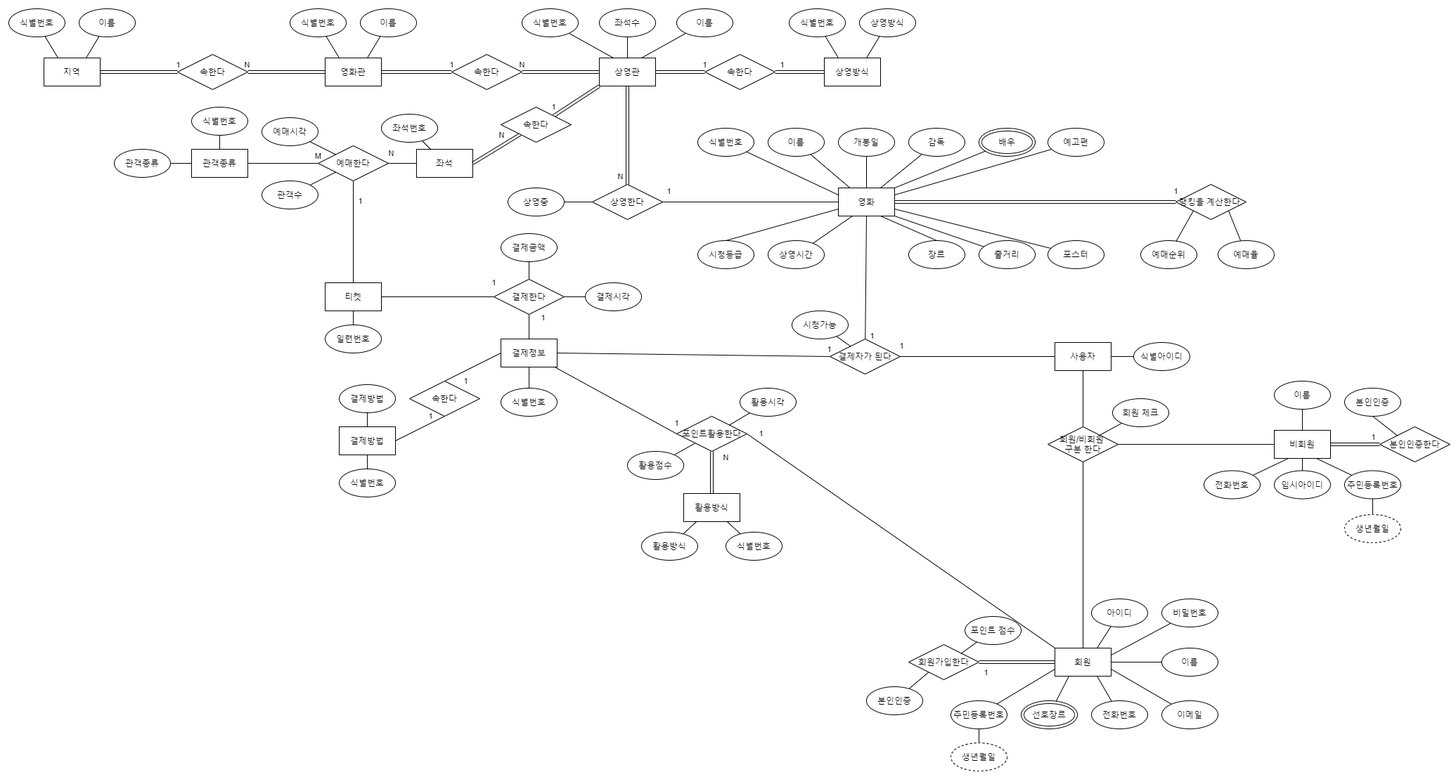
Before: img/0513_ER_model(schema).png, a diagram exported from draw.io (Cinema-System/My-Cinema). Source tidied: cells renumbered, new cells last; positions are measured from the earlier drawing's top-left corner, leaving out a move shared by most shapes.
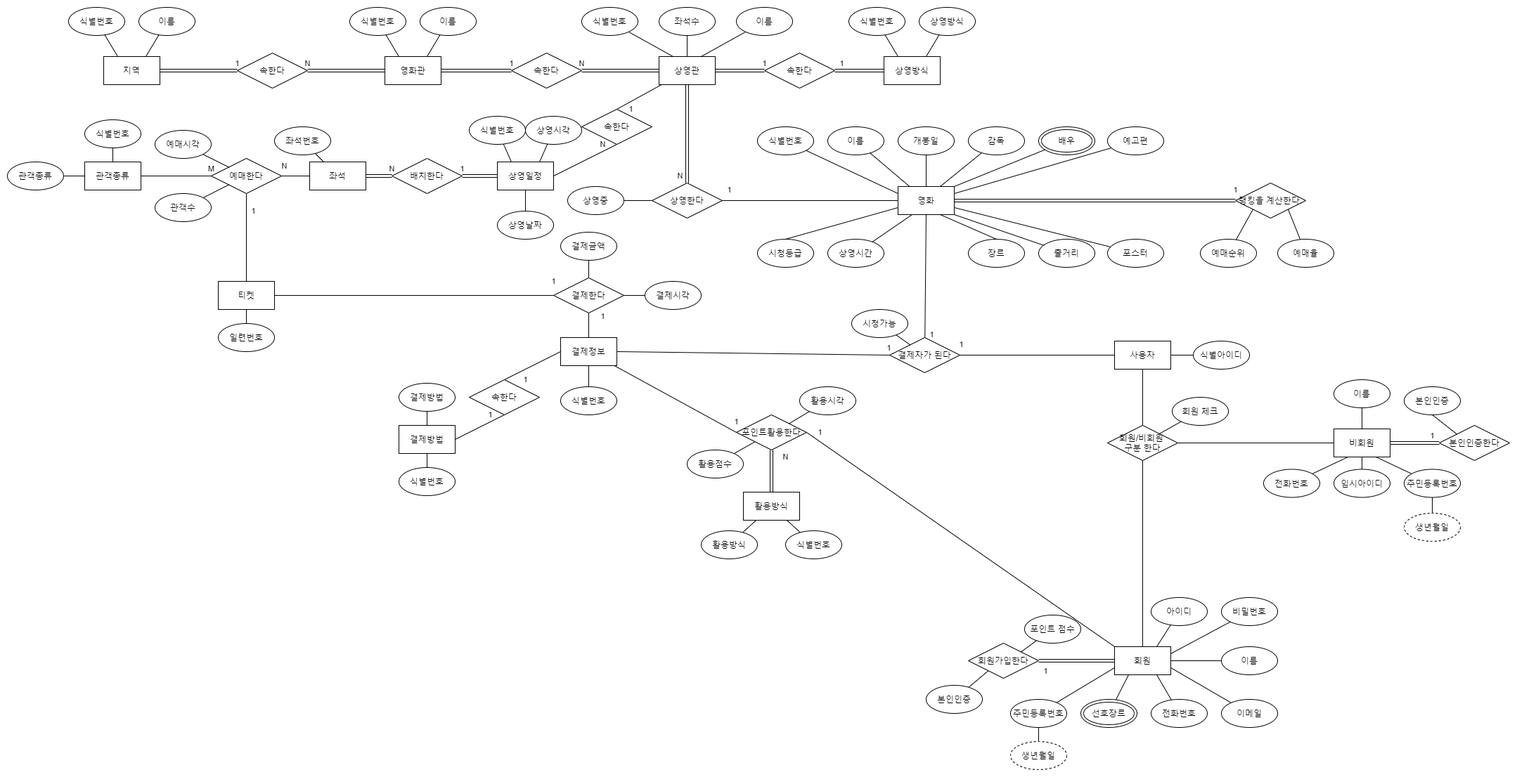
After the change.

Change to the diagram source:
```diff
@@ -181,9 +181,9 @@
     <mxCell id="60" style="edgeStyle=none;rounded=0;jettySize=auto;html=1;endArrow=none;endFill=0;" parent="1" edge="1" source="62" target="93">
       <mxGeometry relative="1" as="geometry" />
     </mxCell>
-    <mxCell id="61" value="1" style="edgeStyle=none;rounded=0;jettySize=auto;html=1;entryX=1;entryY=0;entryDx=0;entryDy=0;endArrow=none;endFill=0;strokeColor=#000000;exitX=0;exitY=1;exitDx=0;exitDy=0;shape=link;" parent="1" edge="1" source="62" target="126">
-      <mxGeometry x="0.82" y="-10" relative="1" as="geometry" />
-    </mxCell>
+    <mxCell id="174" value="1" style="rounded=0;jettySize=auto;html=1;entryX=0.5;entryY=0;entryDx=0;entryDy=0;endArrow=none;endFill=0;" parent="1" edge="1" source="62" target="183">
+      <mxGeometry x="0.52" y="10" relative="1" as="geometry" />
+    </mxCell>
     <mxCell id="62" value="상영관" style="rounded=0;whiteSpace=wrap;html=1;" parent="1" vertex="1">
       <mxGeometry x="840" y="70" width="80" height="40" as="geometry" />
     </mxCell>
@@ -226,7 +226,7 @@
     <mxCell id="75" value="이름" style="ellipse;whiteSpace=wrap;html=1;" parent="1" vertex="1">
       <mxGeometry x="100" width="80" height="40" as="geometry" />
     </mxCell>
-    <mxCell id="76" value="1" style="edgeStyle=none;rounded=0;jettySize=auto;html=1;endArrow=none;endFill=0;" parent="1" edge="1" source="79" target="94">
+    <mxCell id="76" value="1" style="edgeStyle=none;rounded=0;jettySize=auto;html=1;endArrow=none;endFill=0;exitX=0.5;exitY=0;exitDx=0;exitDy=0;" parent="1" edge="1" source="79" target="94">
       <mxGeometry x="0.6" y="-10" relative="1" as="geometry" />
     </mxCell>
     <mxCell id="77" value="1" style="edgeStyle=none;rounded=0;jettySize=auto;html=1;entryX=0;entryY=0.5;entryDx=0;entryDy=0;endArrow=none;endFill=0;" parent="1" edge="1" source="79" target="101">
@@ -236,10 +236,10 @@
       <mxGeometry relative="1" as="geometry" />
     </mxCell>
     <mxCell id="79" value="티켓" style="rounded=0;whiteSpace=wrap;html=1;" parent="1" vertex="1">
-      <mxGeometry x="450" y="390" width="80" height="40" as="geometry" />
+      <mxGeometry x="213" y="390" width="80" height="40" as="geometry" />
     </mxCell>
     <mxCell id="80" value="일련번호" style="ellipse;whiteSpace=wrap;html=1;" parent="1" vertex="1">
-      <mxGeometry x="450" y="450" width="80" height="40" as="geometry" />
+      <mxGeometry x="213" y="450" width="80" height="40" as="geometry" />
     </mxCell>
     <mxCell id="81" value="1" style="edgeStyle=none;rounded=0;jettySize=auto;html=1;entryX=0;entryY=0.5;entryDx=0;entryDy=0;endArrow=none;endFill=0;strokeColor=#000000;" parent="1" edge="1" source="82" target="119">
       <mxGeometry x="0.93" y="13" relative="1" as="geometry" />
@@ -281,19 +281,22 @@
       <mxGeometry x="840" width="80" height="40" as="geometry" />
     </mxCell>
     <mxCell id="94" value="예매한다" style="rhombus;whiteSpace=wrap;html=1;" parent="1" vertex="1">
-      <mxGeometry x="440" y="195" width="100" height="50" as="geometry" />
+      <mxGeometry x="203" y="215" width="100" height="50" as="geometry" />
     </mxCell>
     <mxCell id="95" value="N" style="edgeStyle=none;rounded=0;jettySize=auto;html=1;entryX=1;entryY=0.5;entryDx=0;entryDy=0;endArrow=none;endFill=0;" parent="1" edge="1" source="96" target="94">
       <mxGeometry x="0.81" y="-14" relative="1" as="geometry" />
     </mxCell>
+    <mxCell id="175" value="N" style="edgeStyle=none;shape=link;rounded=0;jettySize=auto;html=1;entryX=0;entryY=0.5;entryDx=0;entryDy=0;exitX=1;exitY=0.5;exitDx=0;exitDy=0;" parent="1" edge="1" source="96" target="126">
+      <mxGeometry x="1" y="10" relative="1" as="geometry" />
+    </mxCell>
     <mxCell id="96" value="좌석" style="rounded=0;whiteSpace=wrap;html=1;" parent="1" vertex="1">
-      <mxGeometry x="580" y="200" width="80" height="40" as="geometry" />
+      <mxGeometry x="343" y="220" width="80" height="40" as="geometry" />
     </mxCell>
     <mxCell id="97" style="edgeStyle=none;rounded=0;jettySize=auto;html=1;entryX=0.25;entryY=0;entryDx=0;entryDy=0;endArrow=none;endFill=0;" parent="1" edge="1" source="98" target="96">
       <mxGeometry relative="1" as="geometry" />
     </mxCell>
     <mxCell id="98" value="좌석번호" style="ellipse;whiteSpace=wrap;html=1;" parent="1" vertex="1">
-      <mxGeometry x="530" y="150" width="80" height="40" as="geometry" />
+      <mxGeometry x="293" y="170" width="80" height="40" as="geometry" />
     </mxCell>
     <mxCell id="99" value="1" style="edgeStyle=none;rounded=0;jettySize=auto;html=1;endArrow=none;endFill=0;" parent="1" edge="1" source="101" target="82">
       <mxGeometry x="-0.71" y="20" relative="1" as="geometry" />
@@ -362,7 +365,7 @@
       <mxGeometry relative="1" as="geometry" />
     </mxCell>
     <mxCell id="121" value="예매시각" style="ellipse;whiteSpace=wrap;html=1;" parent="1" vertex="1">
-      <mxGeometry x="360" y="155" width="80" height="40" as="geometry" />
+      <mxGeometry x="123" y="175" width="80" height="40" as="geometry" />
     </mxCell>
     <mxCell id="122" style="edgeStyle=none;rounded=0;orthogonalLoop=1;jettySize=auto;html=1;exitX=0.5;exitY=1;exitDx=0;exitDy=0;endArrow=none;endFill=0;strokeColor=#000000;" parent="1" edge="1" source="121" target="121">
       <mxGeometry relative="1" as="geometry" />
@@ -373,11 +376,11 @@
     <mxCell id="124" value="결제시각" style="ellipse;whiteSpace=wrap;html=1;" parent="1" vertex="1">
       <mxGeometry x="820" y="390" width="80" height="40" as="geometry" />
     </mxCell>
-    <mxCell id="125" value="N" style="edgeStyle=none;rounded=0;jettySize=auto;html=1;entryX=1;entryY=0.5;entryDx=0;entryDy=0;endArrow=none;endFill=0;strokeColor=#000000;shape=link;" parent="1" edge="1" source="126" target="96">
-      <mxGeometry x="-0.39" y="-13" relative="1" as="geometry" />
-    </mxCell>
+    <mxCell id="176" value="1" style="edgeStyle=none;shape=link;rounded=0;jettySize=auto;html=1;" parent="1" edge="1" source="126" target="177">
+      <mxGeometry x="-1" y="10" relative="1" as="geometry" />
+    </mxCell>
-    <mxCell id="126" value="속한다" style="rhombus;whiteSpace=wrap;html=1;" parent="1" vertex="1">
-      <mxGeometry x="700" y="140" width="100" height="50" as="geometry" />
+    <mxCell id="126" value="배치한다" style="rhombus;whiteSpace=wrap;html=1;" parent="1" vertex="1">
+      <mxGeometry x="460" y="215" width="100" height="50" as="geometry" />
     </mxCell>
     <mxCell id="127" style="edgeStyle=none;rounded=0;jettySize=auto;html=1;endArrow=none;endFill=0;strokeColor=#000000;" parent="1" edge="1" source="128" target="119">
       <mxGeometry relative="1" as="geometry" />
@@ -413,25 +416,25 @@
       <mxGeometry x="1" y="10" relative="1" as="geometry" />
     </mxCell>
     <mxCell id="138" value="관객종류" style="rounded=0;whiteSpace=wrap;html=1;" parent="1" vertex="1">
-      <mxGeometry x="260" y="200" width="80" height="40" as="geometry" />
+      <mxGeometry x="23" y="220" width="80" height="40" as="geometry" />
     </mxCell>
     <mxCell id="139" style="edgeStyle=none;rounded=0;jettySize=auto;html=1;entryX=0;entryY=0.5;entryDx=0;entryDy=0;endArrow=none;endFill=0;strokeColor=#000000;" parent="1" edge="1" source="140" target="138">
       <mxGeometry relative="1" as="geometry" />
     </mxCell>
     <mxCell id="140" value="관객종류" style="ellipse;whiteSpace=wrap;html=1;" parent="1" vertex="1">
-      <mxGeometry x="150" y="200" width="80" height="40" as="geometry" />
+      <mxGeometry x="-87" y="220" width="80" height="40" as="geometry" />
     </mxCell>
     <mxCell id="141" style="edgeStyle=none;rounded=0;jettySize=auto;html=1;entryX=0;entryY=1;entryDx=0;entryDy=0;endArrow=none;endFill=0;strokeColor=#000000;" parent="1" edge="1" source="142" target="94">
       <mxGeometry relative="1" as="geometry" />
     </mxCell>
     <mxCell id="142" value="관객수" style="ellipse;whiteSpace=wrap;html=1;" parent="1" vertex="1">
-      <mxGeometry x="360" y="245" width="80" height="40" as="geometry" />
+      <mxGeometry x="123" y="265" width="80" height="40" as="geometry" />
     </mxCell>
     <mxCell id="143" style="edgeStyle=none;rounded=0;jettySize=auto;html=1;entryX=0.5;entryY=0;entryDx=0;entryDy=0;endArrow=none;endFill=0;strokeColor=#000000;" parent="1" edge="1" source="144" target="138">
       <mxGeometry relative="1" as="geometry" />
     </mxCell>
     <mxCell id="144" value="식별번호" style="ellipse;whiteSpace=wrap;html=1;" parent="1" vertex="1">
-      <mxGeometry x="260" y="140" width="80" height="40" as="geometry" />
+      <mxGeometry x="23" y="160" width="80" height="40" as="geometry" />
     </mxCell>
     <mxCell id="145" value="결제방법" style="rounded=0;whiteSpace=wrap;html=1;" parent="1" vertex="1">
       <mxGeometry x="470" y="595" width="80" height="40" as="geometry" />
@@ -520,5 +523,32 @@
     <mxCell id="173" value="포스터" style="ellipse;whiteSpace=wrap;html=1;" parent="1" vertex="1">
       <mxGeometry x="1478" y="330" width="80" height="40" as="geometry" />
     </mxCell>
+    <mxCell id="177" value="상영일정" style="rounded=0;whiteSpace=wrap;html=1;" parent="1" vertex="1">
+      <mxGeometry x="610" y="220" width="80" height="40" as="geometry" />
+    </mxCell>
+    <mxCell id="178" style="edgeStyle=none;rounded=0;jettySize=auto;html=1;entryX=0.5;entryY=1;entryDx=0;entryDy=0;endArrow=none;endFill=0;" parent="1" edge="1" source="179" target="177">
+      <mxGeometry relative="1" as="geometry" />
+    </mxCell>
+    <mxCell id="179" value="상영날짜" style="ellipse;whiteSpace=wrap;html=1;" parent="1" vertex="1">
+      <mxGeometry x="610" y="290" width="80" height="40" as="geometry" />
+    </mxCell>
+    <mxCell id="180" style="edgeStyle=none;rounded=0;jettySize=auto;html=1;entryX=0.75;entryY=0;entryDx=0;entryDy=0;endArrow=none;endFill=0;" parent="1" edge="1" source="181" target="177">
+      <mxGeometry relative="1" as="geometry" />
+    </mxCell>
+    <mxCell id="181" value="상영시각" style="ellipse;whiteSpace=wrap;html=1;" parent="1" vertex="1">
+      <mxGeometry x="650" y="155" width="80" height="40" as="geometry" />
+    </mxCell>
+    <mxCell id="182" value="N" style="edgeStyle=none;rounded=0;jettySize=auto;html=1;entryX=1;entryY=0.5;entryDx=0;entryDy=0;exitX=0.5;exitY=1;exitDx=0;exitDy=0;endArrow=none;endFill=0;" parent="1" edge="1" source="183" target="177">
+      <mxGeometry x="-0.64" y="-9" relative="1" as="geometry" />
+    </mxCell>
+    <mxCell id="183" value="속한다" style="rhombus;whiteSpace=wrap;html=1;" parent="1" vertex="1">
+      <mxGeometry x="730" y="145" width="100" height="50" as="geometry" />
+    </mxCell>
+    <mxCell id="184" style="edgeStyle=none;rounded=0;jettySize=auto;html=1;entryX=0.25;entryY=0;entryDx=0;entryDy=0;endArrow=none;endFill=0;" parent="1" edge="1" source="185" target="177">
+      <mxGeometry relative="1" as="geometry" />
+    </mxCell>
+    <mxCell id="185" value="식별번호" style="ellipse;whiteSpace=wrap;html=1;" parent="1" vertex="1">
+      <mxGeometry x="570" y="155" width="80" height="40" as="geometry" />
+    </mxCell>
   </root>
 </mxGraphModel>
```
